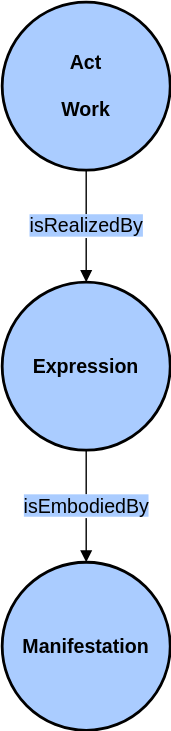
Before: doc/img/oc_general.svg, a diagram exported from draw.io (bequrios/jolux-sphinx). Source tidied: cells renumbered, new cells last; positions are measured from the earlier drawing's top-left corner, leaving out a move shared by most shapes. Source of this version:
```xml
<mxGraphModel>
  <root>
    <mxCell id="0" />
    <mxCell id="1" parent="0" />
    <mxCell id="2" value="&lt;b&gt;Act&lt;br&gt;&lt;br&gt;Work&lt;/b&gt;" style="ellipse;whiteSpace=wrap;html=1;rounded=0;shadow=0;glass=0;comic=0;strokeColor=#000000;strokeWidth=2;fillColor=#acf;gradientColor=none;fontSize=14;fontColor=#000000;align=center;" parent="1" vertex="1">
      <mxGeometry width="120" height="120" as="geometry" />
    </mxCell>
    <mxCell id="3" value="&lt;span style=&quot;background-color: rgb(170 , 204 , 255)&quot;&gt;isRealizedBy&lt;/span&gt;" style="endArrow=block;html=1;strokeColor=#000000;fontSize=14;fontColor=#000000;endFill=1;exitX=0.5;exitY=1;exitDx=0;exitDy=0;entryX=0.5;entryY=0;entryDx=0;entryDy=0;" parent="1" edge="1" source="2" target="4">
      <mxGeometry relative="1" as="geometry" />
    </mxCell>
    <mxCell id="4" value="&lt;b&gt;Expression&lt;/b&gt;" style="ellipse;whiteSpace=wrap;html=1;rounded=0;shadow=0;glass=0;comic=0;strokeColor=#000000;strokeWidth=2;fillColor=#acf;gradientColor=none;fontSize=14;fontColor=#000000;align=center;" parent="1" vertex="1">
      <mxGeometry y="200" width="120" height="120" as="geometry" />
    </mxCell>
    <mxCell id="5" value="&lt;b&gt;Manifestation&lt;/b&gt;" style="ellipse;whiteSpace=wrap;html=1;rounded=0;shadow=0;glass=0;comic=0;strokeColor=#000000;strokeWidth=2;fillColor=#acf;gradientColor=none;fontSize=14;fontColor=#000000;align=center;" parent="1" vertex="1">
      <mxGeometry y="400" width="120" height="120" as="geometry" />
    </mxCell>
    <mxCell id="6" value="&lt;span style=&quot;background-color: rgb(170, 204, 255);&quot;&gt;isEmbodiedBy&lt;/span&gt;" style="endArrow=block;html=1;strokeColor=#000000;fontSize=14;fontColor=#000000;endFill=1;exitX=0.5;exitY=1;exitDx=0;exitDy=0;entryX=0.5;entryY=0;entryDx=0;entryDy=0;" parent="1" edge="1" source="4" target="5">
      <mxGeometry relative="1" as="geometry" />
    </mxCell>
  </root>
</mxGraphModel>
```
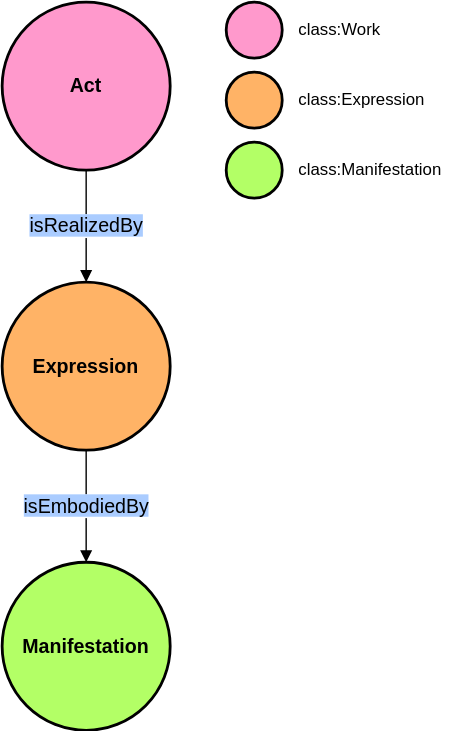
After the commit.

Diff of the diagram source:
```diff
@@ -2,20 +2,38 @@
   <root>
     <mxCell id="0" />
     <mxCell id="1" parent="0" />
-    <mxCell id="2" value="&lt;b&gt;Act&lt;br&gt;&lt;br&gt;Work&lt;/b&gt;" style="ellipse;whiteSpace=wrap;html=1;rounded=0;shadow=0;glass=0;comic=0;strokeColor=#000000;strokeWidth=2;fillColor=#acf;gradientColor=none;fontSize=14;fontColor=#000000;align=center;" parent="1" vertex="1">
+    <mxCell id="2" value="&lt;b&gt;Act&lt;br&gt;&lt;/b&gt;" style="ellipse;whiteSpace=wrap;html=1;rounded=0;shadow=0;glass=0;comic=0;strokeColor=#000000;strokeWidth=2;fillColor=#FF99CC;gradientColor=none;fontSize=14;fontColor=#000000;align=center;" parent="1" vertex="1">
       <mxGeometry width="120" height="120" as="geometry" />
     </mxCell>
     <mxCell id="3" value="&lt;span style=&quot;background-color: rgb(170 , 204 , 255)&quot;&gt;isRealizedBy&lt;/span&gt;" style="endArrow=block;html=1;strokeColor=#000000;fontSize=14;fontColor=#000000;endFill=1;exitX=0.5;exitY=1;exitDx=0;exitDy=0;entryX=0.5;entryY=0;entryDx=0;entryDy=0;" parent="1" edge="1" source="2" target="4">
       <mxGeometry relative="1" as="geometry" />
     </mxCell>
-    <mxCell id="4" value="&lt;b&gt;Expression&lt;/b&gt;" style="ellipse;whiteSpace=wrap;html=1;rounded=0;shadow=0;glass=0;comic=0;strokeColor=#000000;strokeWidth=2;fillColor=#acf;gradientColor=none;fontSize=14;fontColor=#000000;align=center;" parent="1" vertex="1">
+    <mxCell id="4" value="&lt;b&gt;Expression&lt;/b&gt;" style="ellipse;whiteSpace=wrap;html=1;rounded=0;shadow=0;glass=0;comic=0;strokeColor=#000000;strokeWidth=2;fillColor=#FFB366;gradientColor=none;fontSize=14;fontColor=#000000;align=center;" parent="1" vertex="1">
       <mxGeometry y="200" width="120" height="120" as="geometry" />
     </mxCell>
-    <mxCell id="5" value="&lt;b&gt;Manifestation&lt;/b&gt;" style="ellipse;whiteSpace=wrap;html=1;rounded=0;shadow=0;glass=0;comic=0;strokeColor=#000000;strokeWidth=2;fillColor=#acf;gradientColor=none;fontSize=14;fontColor=#000000;align=center;" parent="1" vertex="1">
+    <mxCell id="5" value="&lt;b&gt;Manifestation&lt;/b&gt;" style="ellipse;whiteSpace=wrap;html=1;rounded=0;shadow=0;glass=0;comic=0;strokeColor=#000000;strokeWidth=2;fillColor=#B3FF66;gradientColor=none;fontSize=14;fontColor=#000000;align=center;" parent="1" vertex="1">
       <mxGeometry y="400" width="120" height="120" as="geometry" />
     </mxCell>
     <mxCell id="6" value="&lt;span style=&quot;background-color: rgb(170, 204, 255);&quot;&gt;isEmbodiedBy&lt;/span&gt;" style="endArrow=block;html=1;strokeColor=#000000;fontSize=14;fontColor=#000000;endFill=1;exitX=0.5;exitY=1;exitDx=0;exitDy=0;entryX=0.5;entryY=0;entryDx=0;entryDy=0;" parent="1" edge="1" source="4" target="5">
       <mxGeometry relative="1" as="geometry" />
     </mxCell>
+    <mxCell id="7" value="&lt;b&gt;&lt;br&gt;&lt;/b&gt;" style="ellipse;whiteSpace=wrap;html=1;rounded=0;shadow=0;glass=0;comic=0;strokeColor=#000000;strokeWidth=2;fillColor=#B3FF66;gradientColor=none;fontSize=14;fontColor=#000000;align=center;" parent="1" vertex="1">
+      <mxGeometry x="160" y="100" width="40" height="40" as="geometry" />
+    </mxCell>
+    <mxCell id="8" value="&lt;b&gt;&lt;br&gt;&lt;/b&gt;" style="ellipse;whiteSpace=wrap;html=1;rounded=0;shadow=0;glass=0;comic=0;strokeColor=#000000;strokeWidth=2;fillColor=#FFB366;gradientColor=none;fontSize=14;fontColor=#000000;align=center;" parent="1" vertex="1">
+      <mxGeometry x="160" y="50" width="40" height="40" as="geometry" />
+    </mxCell>
+    <mxCell id="9" value="&lt;b&gt;&lt;br&gt;&lt;/b&gt;" style="ellipse;whiteSpace=wrap;html=1;rounded=0;shadow=0;glass=0;comic=0;strokeColor=#000000;strokeWidth=2;fillColor=#FF99CC;gradientColor=none;fontSize=14;fontColor=#000000;align=center;" parent="1" vertex="1">
+      <mxGeometry x="160" width="40" height="40" as="geometry" />
+    </mxCell>
+    <mxCell id="10" value="class:Work" style="text;html=1;strokeColor=none;fillColor=none;align=left;verticalAlign=middle;whiteSpace=wrap;rounded=0;" parent="1" vertex="1">
+      <mxGeometry x="210" width="110" height="40" as="geometry" />
+    </mxCell>
+    <mxCell id="11" value="class:Expression" style="text;html=1;strokeColor=none;fillColor=none;align=left;verticalAlign=middle;whiteSpace=wrap;rounded=0;" parent="1" vertex="1">
+      <mxGeometry x="210" y="50" width="110" height="40" as="geometry" />
+    </mxCell>
+    <mxCell id="12" value="class:Manifestation" style="text;html=1;strokeColor=none;fillColor=none;align=left;verticalAlign=middle;whiteSpace=wrap;rounded=0;" parent="1" vertex="1">
+      <mxGeometry x="210" y="100" width="110" height="40" as="geometry" />
+    </mxCell>
   </root>
 </mxGraphModel>
```
